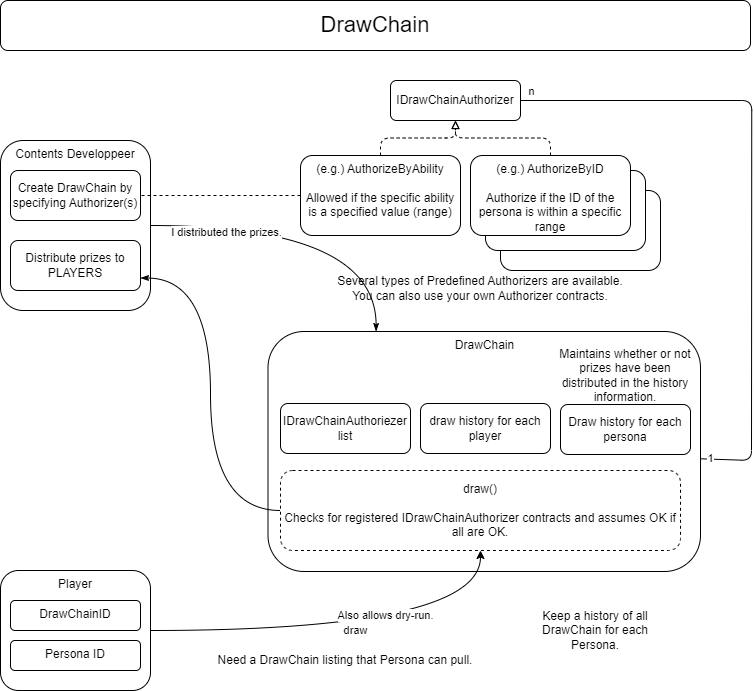
This is source/img/PERSONA/DrawChain.png from Orange-Code-Project/anicana-docs-en, a draw.io export, as it was before one commit. Source tidied: cells renumbered, new cells last; positions are measured from the earlier drawing's top-left corner, leaving out a move shared by most shapes.
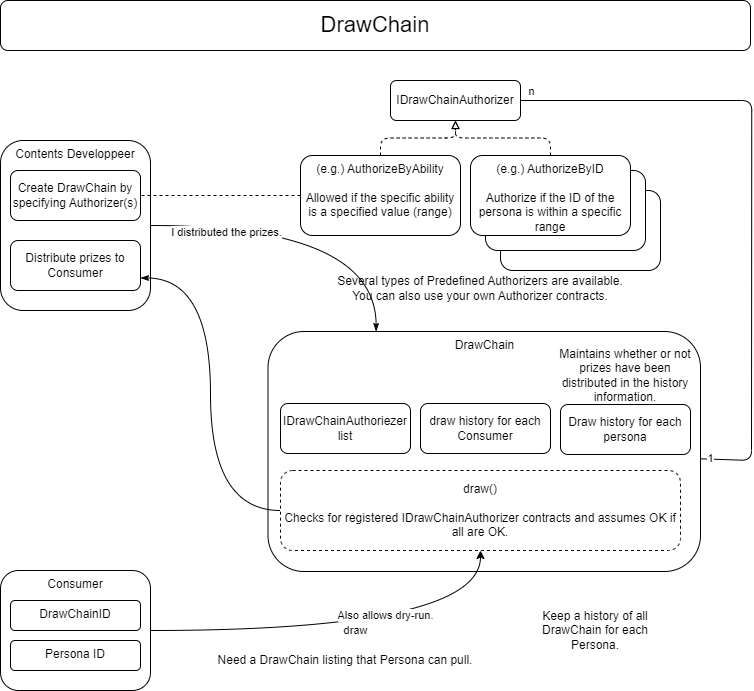
After the change.

Change to the diagram source:
```diff
@@ -8,7 +8,7 @@
     <mxCell id="3" style="rounded=1;whiteSpace=wrap;html=1;verticalAlign=top;" parent="1" vertex="1">
       <mxGeometry x="485" y="170" width="160" height="80" as="geometry" />
     </mxCell>
-    <mxCell id="4" value="Player" style="rounded=1;whiteSpace=wrap;html=1;verticalAlign=top;" parent="1" vertex="1">
+    <mxCell id="4" value="Consumer" style="rounded=1;whiteSpace=wrap;html=1;verticalAlign=top;" parent="1" vertex="1">
       <mxGeometry y="570" width="150" height="120" as="geometry" />
     </mxCell>
     <mxCell id="5" value="1" style="edgeStyle=none;html=1;endArrow=none;endFill=0;entryX=0.933;entryY=0.5;entryDx=0;entryDy=0;entryPerimeter=0;" parent="1" edge="1" source="7" target="9">
@@ -48,7 +48,7 @@
     <mxCell id="14" value="Create DrawChain by specifying Authorizer(s)" style="rounded=1;whiteSpace=wrap;html=1;" parent="12" vertex="1">
       <mxGeometry x="10" y="30" width="130" height="50" as="geometry" />
     </mxCell>
-    <mxCell id="15" value="Distribute prizes to PLAYERS" style="rounded=1;whiteSpace=wrap;html=1;" parent="12" vertex="1">
+    <mxCell id="15" value="Distribute prizes to Consumer" style="rounded=1;whiteSpace=wrap;html=1;" parent="12" vertex="1">
       <mxGeometry x="10" y="100" width="130" height="50" as="geometry" />
     </mxCell>
     <mxCell id="16" style="edgeStyle=orthogonalEdgeStyle;html=1;dashed=1;endArrow=block;endFill=0;" parent="1" edge="1" source="17" target="9">
@@ -86,7 +86,7 @@
     <mxCell id="26" value="IDrawChainAuthoriezer&lt;br&gt;list" style="rounded=1;whiteSpace=wrap;html=1;" parent="1" vertex="1">
       <mxGeometry x="280" y="403" width="130" height="50" as="geometry" />
     </mxCell>
-    <mxCell id="27" value="draw history for each player" style="rounded=1;whiteSpace=wrap;html=1;" parent="1" vertex="1">
+    <mxCell id="27" value="draw history for each Consumer" style="rounded=1;whiteSpace=wrap;html=1;" parent="1" vertex="1">
       <mxGeometry x="420" y="403" width="130" height="50" as="geometry" />
     </mxCell>
     <mxCell id="28" value="Draw history for each persona" style="rounded=1;whiteSpace=wrap;html=1;" parent="1" vertex="1">
```
